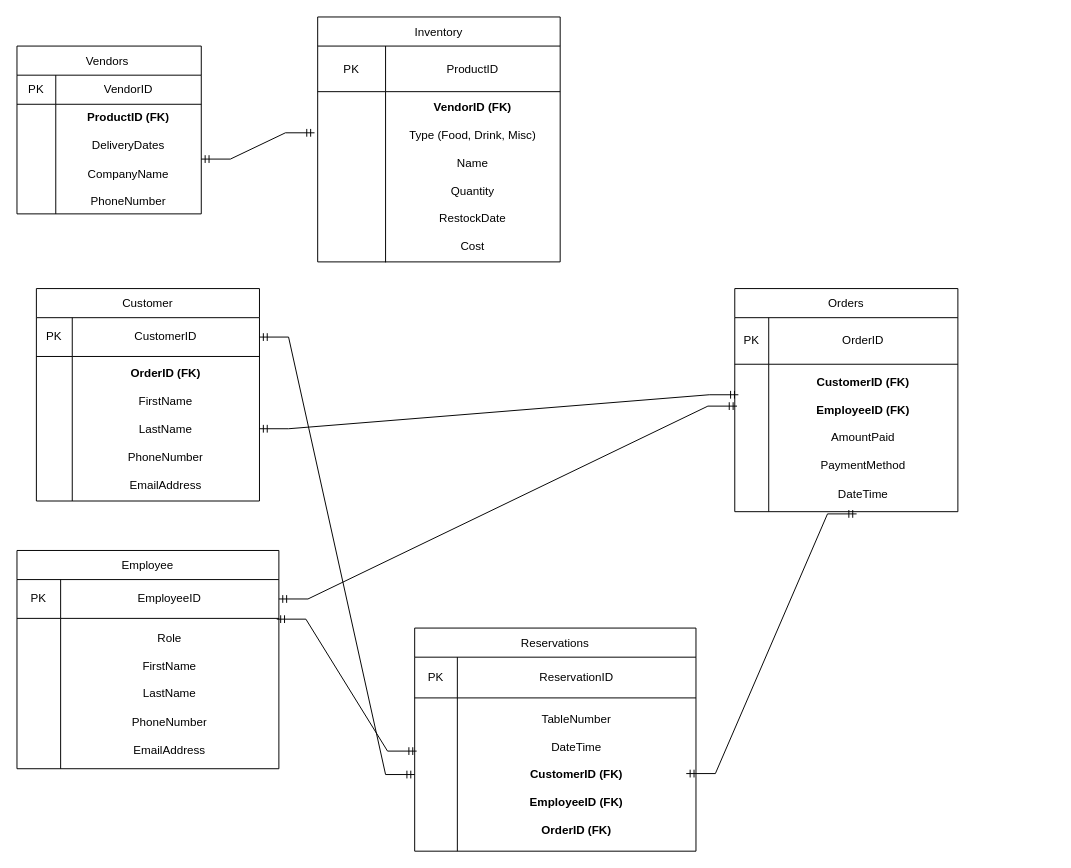
This is 2.A_Diagramming Your Database_Guerrero.V.drawio from Vanessa-Guerrero/W2_Exercises, a draw.io file, before an edit. Source tidied: cells renumbered, new cells numbered last; positions are measured from the earlier drawing's top-left corner, leaving out a move shared by most shapes. Both pictures are drawn from the tidied source at 97%, with x=0, y=0 at pixel (16, 16).
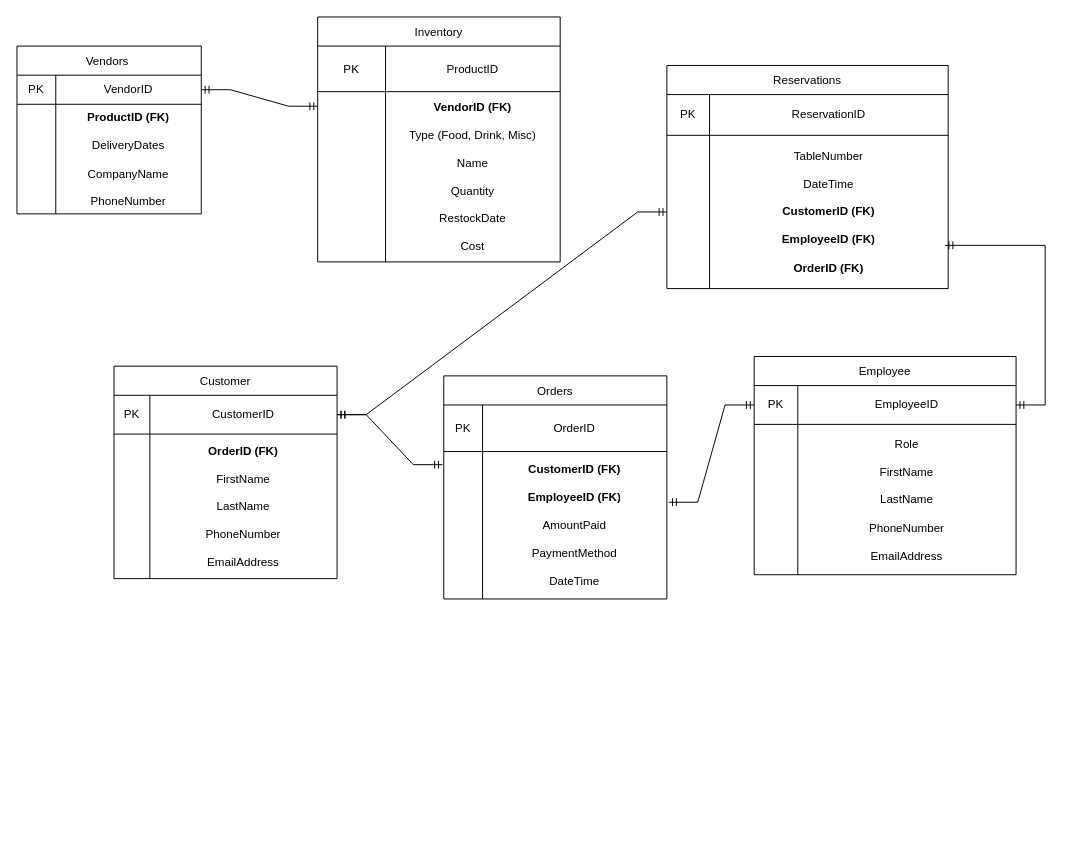
The same page after the edit.

The change refers to these unchanged cells:
```xml
<mxCell id="3" style="shape=tableRow;horizontal=0;startSize=0;swimlaneHead=0;swimlaneBody=0;strokeColor=inherit;top=0;left=0;bottom=0;right=0;fillColor=none;points=[[0,0.5],[1,0.5]];portConstraint=eastwest;" parent="2" vertex="1">
  <mxGeometry y="30" width="190" height="30" as="geometry" />
</mxCell>
<mxCell id="6" style="shape=tableRow;horizontal=0;startSize=0;swimlaneHead=0;swimlaneBody=0;strokeColor=inherit;top=0;left=0;bottom=0;right=0;fillColor=none;points=[[0,0.5],[1,0.5]];portConstraint=eastwest;" parent="2" vertex="1">
  <mxGeometry y="60" width="190" height="113" as="geometry" />
</mxCell>
<mxCell id="10" style="shape=tableRow;horizontal=0;startSize=0;swimlaneHead=0;swimlaneBody=0;strokeColor=inherit;top=0;left=0;bottom=0;right=0;fillColor=none;" parent="9" vertex="1">
  <mxGeometry y="30" width="230" height="48" as="geometry" />
</mxCell>
<mxCell id="13" style="shape=tableRow;horizontal=0;startSize=0;swimlaneHead=0;swimlaneBody=0;strokeColor=inherit;top=0;left=0;bottom=0;right=0;fillColor=none;points=[[0,0.5],[1,0.5]];portConstraint=eastwest;" parent="9" vertex="1">
  <mxGeometry y="78" width="230" height="152" as="geometry" />
</mxCell>
<mxCell id="17" style="shape=tableRow;horizontal=0;startSize=0;swimlaneHead=0;swimlaneBody=0;strokeColor=inherit;top=0;left=0;bottom=0;right=0;fillColor=none;points=[[0,0.5],[1,0.5]];portConstraint=eastwest;" parent="16" vertex="1">
  <mxGeometry y="30" width="230" height="40" as="geometry" />
</mxCell>
<mxCell id="20" style="shape=tableRow;horizontal=0;startSize=0;swimlaneHead=0;swimlaneBody=0;strokeColor=inherit;top=0;left=0;bottom=0;right=0;fillColor=none;points=[[0,0.5],[1,0.5]];portConstraint=eastwest;" parent="16" vertex="1">
  <mxGeometry y="70" width="230" height="149" as="geometry" />
</mxCell>
<mxCell id="24" style="shape=tableRow;horizontal=0;startSize=0;swimlaneHead=0;swimlaneBody=0;strokeColor=inherit;top=0;left=0;bottom=0;right=0;fillColor=none;points=[[0,0.5],[1,0.5]];portConstraint=eastwest;" parent="23" vertex="1">
  <mxGeometry y="30" width="270" height="40" as="geometry" />
</mxCell>
<mxCell id="34" style="shape=tableRow;horizontal=0;startSize=0;swimlaneHead=0;swimlaneBody=0;strokeColor=inherit;top=0;left=0;bottom=0;right=0;fillColor=none;points=[[0,0.5],[1,0.5]];portConstraint=eastwest;" parent="30" vertex="1">
  <mxGeometry y="77" width="250" height="176" as="geometry" />
</mxCell>
<mxCell id="41" style="shape=tableRow;horizontal=0;startSize=0;swimlaneHead=0;swimlaneBody=0;strokeColor=inherit;top=0;left=0;bottom=0;right=0;fillColor=none;points=[[0,0.5],[1,0.5]];portConstraint=eastwest;" parent="37" vertex="1">
  <mxGeometry y="72" width="290" height="158" as="geometry" />
</mxCell>
```

Diff of the diagram source:
```diff
@@
     <mxCell id="9" value="Orders" style="shape=table;startSize=30;childLayout=tableLayout;" parent="1" vertex="1">
-      <mxGeometry x="740" y="280" width="230" height="230" as="geometry" />
+      <mxGeometry x="440" y="370" width="230" height="230" as="geometry" />
     </mxCell>
@@
     <mxCell id="11" value="PK" style="shape=partialRectangle;html=1;whiteSpace=wrap;strokeColor=inherit;overflow=hidden;fillColor=none;top=0;left=0;bottom=0;right=0;" parent="10" vertex="1">
-      <mxGeometry width="35" height="48" as="geometry" />
+      <mxGeometry width="40" height="48" as="geometry" />
     </mxCell>
     <mxCell id="12" value="OrderID" style="shape=partialRectangle;html=1;whiteSpace=wrap;strokeColor=inherit;overflow=hidden;fillColor=none;top=0;left=0;bottom=0;right=0;" parent="10" vertex="1">
-      <mxGeometry x="35" width="195" height="48" as="geometry" />
+      <mxGeometry x="40" width="190" height="48" as="geometry" />
     </mxCell>
@@
     <mxCell id="14" style="shape=partialRectangle;html=1;whiteSpace=wrap;strokeColor=inherit;overflow=hidden;fillColor=none;top=0;left=0;bottom=0;right=0;" parent="13" vertex="1">
-      <mxGeometry width="35" height="152" as="geometry" />
+      <mxGeometry width="40" height="152" as="geometry" />
     </mxCell>
     <mxCell id="15" value="&lt;div&gt;&lt;b&gt;CustomerID&lt;/b&gt; &lt;b&gt;(FK)&lt;/b&gt;&lt;/div&gt;&lt;div&gt;&lt;br&gt;&lt;/div&gt;&lt;div&gt;&lt;b&gt;EmployeeID (FK)&lt;/b&gt;&lt;/div&gt;&lt;div&gt;&lt;br&gt;&lt;/div&gt;AmountPaid&lt;div&gt;&lt;br&gt;&lt;div&gt;PaymentMethod&lt;br&gt;&lt;/div&gt;&lt;/div&gt;&lt;div&gt;&lt;br&gt;&lt;/div&gt;&lt;div&gt;DateTime&lt;br&gt;&lt;/div&gt;" style="shape=partialRectangle;html=1;whiteSpace=wrap;strokeColor=inherit;overflow=hidden;fillColor=none;top=0;left=0;bottom=0;right=0;" parent="13" vertex="1">
-      <mxGeometry x="35" width="195" height="152" as="geometry" />
+      <mxGeometry x="40" width="190" height="152" as="geometry" />
     </mxCell>
     <mxCell id="16" value="Customer" style="shape=table;startSize=30;childLayout=tableLayout;" parent="1" vertex="1">
-      <mxGeometry x="20" y="280" width="230" height="219" as="geometry" />
+      <mxGeometry x="100" y="360" width="230" height="219" as="geometry" />
     </mxCell>
@@
     <mxCell id="23" value="Employee" style="shape=table;startSize=30;childLayout=tableLayout;" parent="1" vertex="1">
-      <mxGeometry y="550" width="270" height="225" as="geometry" />
+      <mxGeometry x="760" y="350" width="270" height="225" as="geometry" />
     </mxCell>
@@
     <mxCell id="37" value="Reservations" style="shape=table;startSize=30;childLayout=tableLayout;" parent="1" vertex="1">
-      <mxGeometry x="410" y="630" width="290" height="230" as="geometry" />
+      <mxGeometry x="670" y="50" width="290" height="230" as="geometry" />
     </mxCell>
@@
-    <mxCell id="44" style="edgeStyle=entityRelationEdgeStyle;fontSize=12;html=1;endArrow=ERmandOne;startArrow=ERmandOne;rounded=0;entryX=-0.013;entryY=0.241;entryDx=0;entryDy=0;entryPerimeter=0;" parent="1" edge="1" source="6" target="34">
-      <mxGeometry relative="1" as="geometry" />
+    <mxCell id="44" style="edgeStyle=entityRelationEdgeStyle;fontSize=12;html=1;endArrow=ERmandOne;startArrow=ERmandOne;rounded=0;exitX=1;exitY=0.5;exitDx=0;exitDy=0;" parent="1" edge="1" source="3">
+      <mxGeometry relative="1" as="geometry">
+        <mxPoint x="310" y="92" as="targetPoint" />
+      </mxGeometry>
     </mxCell>
-    <mxCell id="45" style="edgeStyle=entityRelationEdgeStyle;fontSize=12;html=1;endArrow=ERmandOne;startArrow=ERmandOne;rounded=0;entryX=0.016;entryY=0.207;entryDx=0;entryDy=0;entryPerimeter=0;" parent="1" edge="1" source="20" target="13">
+    <mxCell id="45" style="edgeStyle=entityRelationEdgeStyle;fontSize=12;html=1;endArrow=ERmandOne;startArrow=ERmandOne;rounded=0;exitX=1;exitY=0.5;exitDx=0;exitDy=0;entryX=-0.006;entryY=0.089;entryDx=0;entryDy=0;entryPerimeter=0;" parent="1" edge="1" source="17" target="13">
       <mxGeometry relative="1" as="geometry">
         <Array as="points">
           <mxPoint x="380" y="380" />
         </Array>
       </mxGeometry>
     </mxCell>
-    <mxCell id="46" style="edgeStyle=entityRelationEdgeStyle;fontSize=12;html=1;endArrow=ERmandOne;startArrow=ERmandOne;rounded=0;entryX=0.01;entryY=0.284;entryDx=0;entryDy=0;entryPerimeter=0;" parent="1" edge="1" source="24" target="13">
-      <mxGeometry relative="1" as="geometry" />
-    </mxCell>
-    <mxCell id="47" style="edgeStyle=entityRelationEdgeStyle;fontSize=12;html=1;endArrow=ERmandOne;startArrow=ERmandOne;rounded=0;entryX=0.633;entryY=1.015;entryDx=0;entryDy=0;entryPerimeter=0;" parent="1" edge="1">
-      <mxGeometry relative="1" as="geometry">
-        <mxPoint x="690" y="780" as="sourcePoint" />
-        <mxPoint x="865.6" y="512.3" as="targetPoint" />
-      </mxGeometry>
+    <mxCell id="47" style="edgeStyle=entityRelationEdgeStyle;fontSize=12;html=1;endArrow=ERmandOne;startArrow=ERmandOne;rounded=0;exitX=0;exitY=0.5;exitDx=0;exitDy=0;entryX=1.008;entryY=0.344;entryDx=0;entryDy=0;entryPerimeter=0;" parent="1" edge="1" source="24" target="13">
+      <mxGeometry relative="1" as="geometry" />
     </mxCell>
+    <mxCell id="49" style="edgeStyle=entityRelationEdgeStyle;fontSize=12;html=1;endArrow=ERmandOne;startArrow=ERmandOne;rounded=0;entryX=0.989;entryY=0.718;entryDx=0;entryDy=0;entryPerimeter=0;" parent="1" edge="1" target="41">
+      <mxGeometry relative="1" as="geometry">
+        <mxPoint x="1030" y="400" as="sourcePoint" />
+        <Array as="points">
+          <mxPoint x="380" y="700" />
+        </Array>
+      </mxGeometry>
+    </mxCell>
-    <mxCell id="48" style="edgeStyle=entityRelationEdgeStyle;fontSize=12;html=1;endArrow=ERmandOne;startArrow=ERmandOne;rounded=0;exitX=1;exitY=0.5;exitDx=0;exitDy=0;" parent="1" edge="1" source="17" target="41">
+    <mxCell id="48" style="edgeStyle=entityRelationEdgeStyle;fontSize=12;html=1;endArrow=ERmandOne;startArrow=ERmandOne;rounded=0;exitX=1;exitY=0.5;exitDx=0;exitDy=0;entryX=0;entryY=0.5;entryDx=0;entryDy=0;" parent="1" edge="1" source="17" target="41">
       <mxGeometry relative="1" as="geometry" />
     </mxCell>
-    <mxCell id="49" style="edgeStyle=entityRelationEdgeStyle;fontSize=12;html=1;endArrow=ERmandOne;startArrow=ERmandOne;rounded=0;exitX=0.992;exitY=1.02;exitDx=0;exitDy=0;exitPerimeter=0;entryX=0.007;entryY=0.347;entryDx=0;entryDy=0;entryPerimeter=0;" parent="1" edge="1" source="24" target="41">
-      <mxGeometry relative="1" as="geometry">
-        <Array as="points">
-          <mxPoint x="380" y="700" />
-        </Array>
-      </mxGeometry>
-    </mxCell>
```
